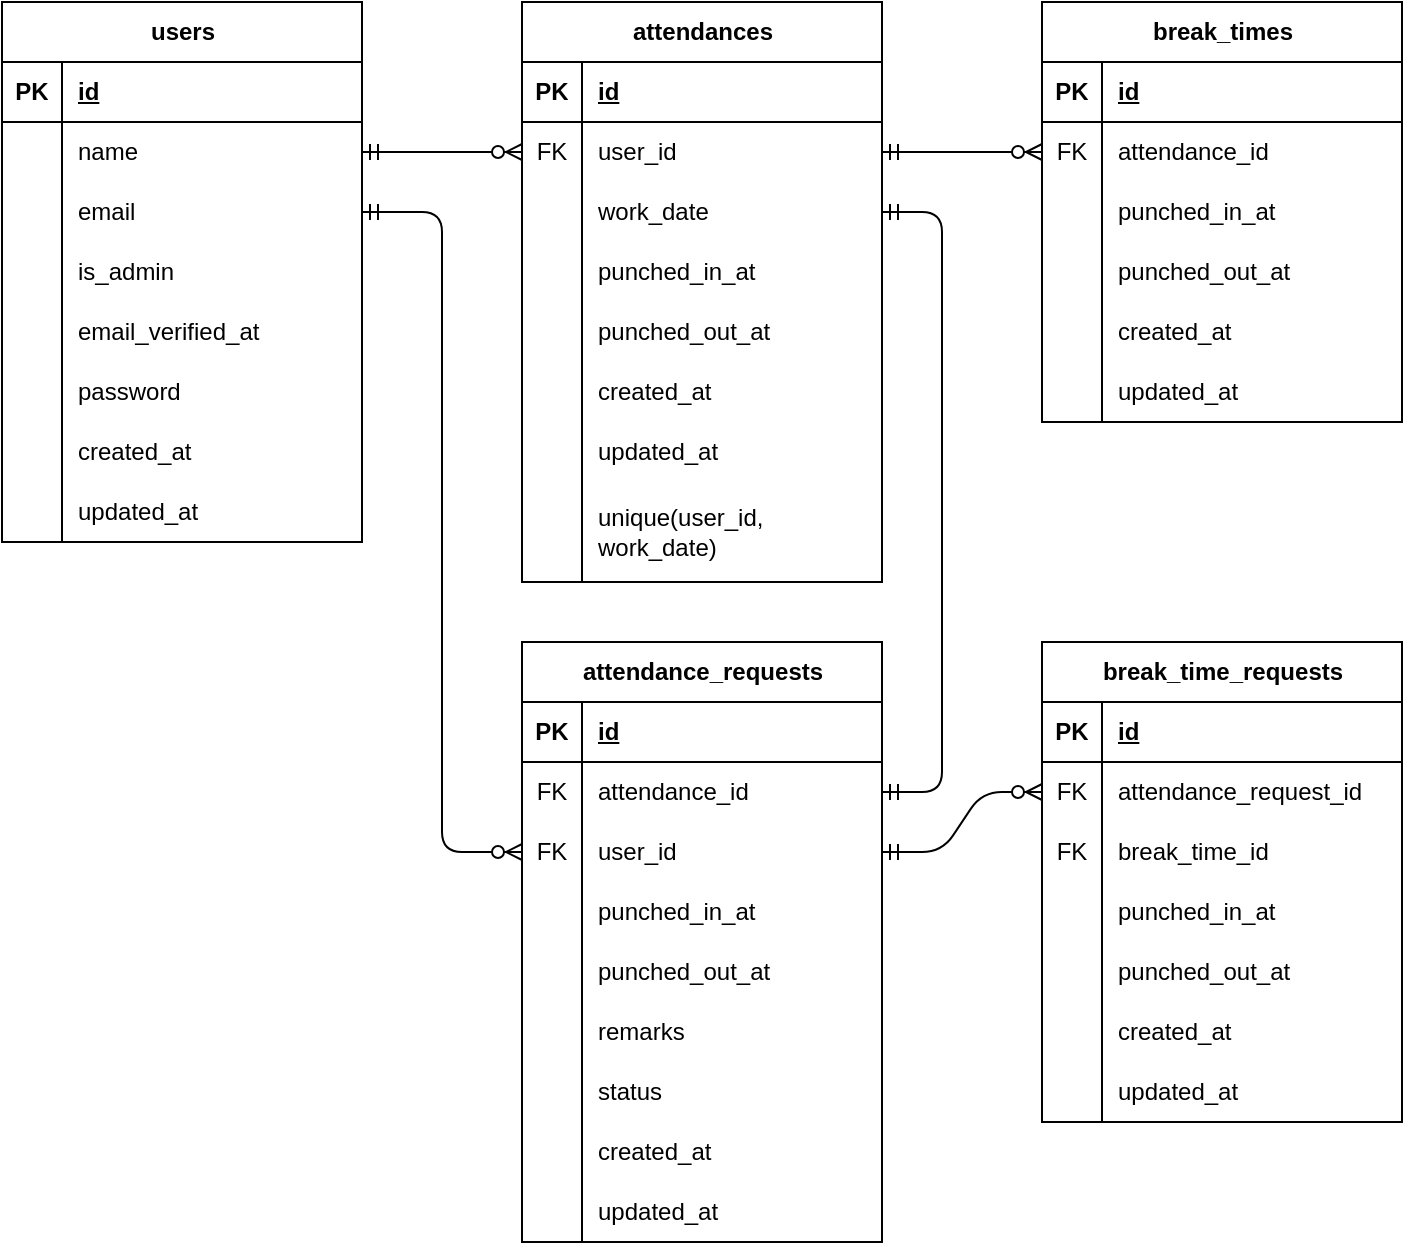
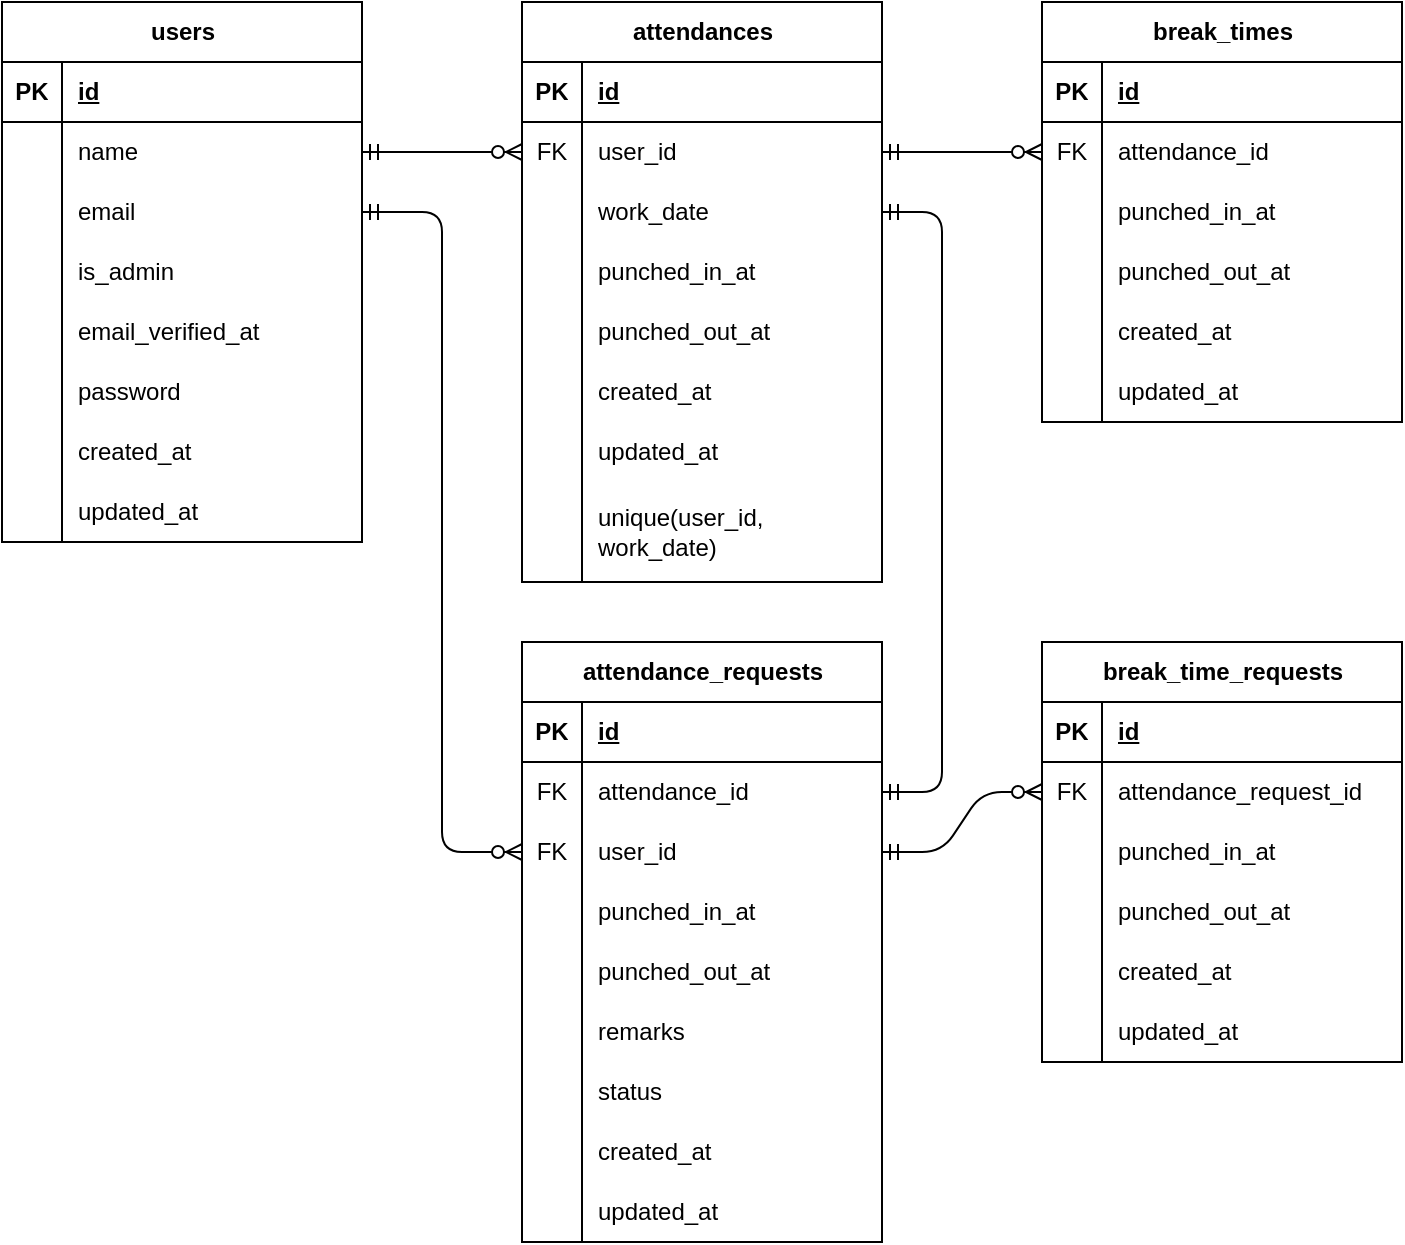
<mxfile host="65bd71144e">
    <diagram id="mdyQoj5FOR1T6r9KKHAm" name="ページ1">
-         <mxGraphModel dx="923" dy="554" grid="1" gridSize="10" guides="1" tooltips="1" connect="1" arrows="1" fold="1" page="1" pageScale="1" pageWidth="827" pageHeight="1169" math="0" shadow="0">
+         <mxGraphModel dx="820" dy="566" grid="1" gridSize="10" guides="1" tooltips="1" connect="1" arrows="1" fold="1" page="1" pageScale="1" pageWidth="827" pageHeight="1169" math="0" shadow="0">
            <root>
                <mxCell id="0"/>
                <mxCell id="1" parent="0"/>
                <mxCell id="15" value="users" style="shape=table;startSize=30;container=1;collapsible=1;childLayout=tableLayout;fixedRows=1;rowLines=0;fontStyle=1;align=center;resizeLast=1;html=1;" parent="1" vertex="1">
                    <mxGeometry x="40" y="40" width="180" height="270" as="geometry"/>
                </mxCell>
                <mxCell id="16" value="" style="shape=tableRow;horizontal=0;startSize=0;swimlaneHead=0;swimlaneBody=0;fillColor=none;collapsible=0;dropTarget=0;points=[[0,0.5],[1,0.5]];portConstraint=eastwest;top=0;left=0;right=0;bottom=1;" parent="15" vertex="1">
                    <mxGeometry y="30" width="180" height="30" as="geometry"/>
                </mxCell>
                <mxCell id="17" value="PK" style="shape=partialRectangle;connectable=0;fillColor=none;top=0;left=0;bottom=0;right=0;fontStyle=1;overflow=hidden;whiteSpace=wrap;html=1;" parent="16" vertex="1">
                    <mxGeometry width="30" height="30" as="geometry">
                        <mxRectangle width="30" height="30" as="alternateBounds"/>
                    </mxGeometry>
                </mxCell>
                <mxCell id="18" value="id" style="shape=partialRectangle;connectable=0;fillColor=none;top=0;left=0;bottom=0;right=0;align=left;spacingLeft=6;fontStyle=5;overflow=hidden;whiteSpace=wrap;html=1;" parent="16" vertex="1">
                    <mxGeometry x="30" width="150" height="30" as="geometry">
                        <mxRectangle width="150" height="30" as="alternateBounds"/>
                    </mxGeometry>
                </mxCell>
                <mxCell id="19" value="" style="shape=tableRow;horizontal=0;startSize=0;swimlaneHead=0;swimlaneBody=0;fillColor=none;collapsible=0;dropTarget=0;points=[[0,0.5],[1,0.5]];portConstraint=eastwest;top=0;left=0;right=0;bottom=0;" parent="15" vertex="1">
                    <mxGeometry y="60" width="180" height="30" as="geometry"/>
                </mxCell>
                <mxCell id="20" value="" style="shape=partialRectangle;connectable=0;fillColor=none;top=0;left=0;bottom=0;right=0;editable=1;overflow=hidden;whiteSpace=wrap;html=1;" parent="19" vertex="1">
                    <mxGeometry width="30" height="30" as="geometry">
                        <mxRectangle width="30" height="30" as="alternateBounds"/>
                    </mxGeometry>
                </mxCell>
                <mxCell id="21" value="name" style="shape=partialRectangle;connectable=0;fillColor=none;top=0;left=0;bottom=0;right=0;align=left;spacingLeft=6;overflow=hidden;whiteSpace=wrap;html=1;" parent="19" vertex="1">
                    <mxGeometry x="30" width="150" height="30" as="geometry">
                        <mxRectangle width="150" height="30" as="alternateBounds"/>
                    </mxGeometry>
                </mxCell>
                <mxCell id="22" value="" style="shape=tableRow;horizontal=0;startSize=0;swimlaneHead=0;swimlaneBody=0;fillColor=none;collapsible=0;dropTarget=0;points=[[0,0.5],[1,0.5]];portConstraint=eastwest;top=0;left=0;right=0;bottom=0;" parent="15" vertex="1">
                    <mxGeometry y="90" width="180" height="30" as="geometry"/>
                </mxCell>
                <mxCell id="23" value="" style="shape=partialRectangle;connectable=0;fillColor=none;top=0;left=0;bottom=0;right=0;editable=1;overflow=hidden;whiteSpace=wrap;html=1;" parent="22" vertex="1">
                    <mxGeometry width="30" height="30" as="geometry">
                        <mxRectangle width="30" height="30" as="alternateBounds"/>
                    </mxGeometry>
                </mxCell>
                <mxCell id="24" value="email" style="shape=partialRectangle;connectable=0;fillColor=none;top=0;left=0;bottom=0;right=0;align=left;spacingLeft=6;overflow=hidden;whiteSpace=wrap;html=1;" parent="22" vertex="1">
                    <mxGeometry x="30" width="150" height="30" as="geometry">
                        <mxRectangle width="150" height="30" as="alternateBounds"/>
                    </mxGeometry>
                </mxCell>
                <mxCell id="92" value="" style="shape=tableRow;horizontal=0;startSize=0;swimlaneHead=0;swimlaneBody=0;fillColor=none;collapsible=0;dropTarget=0;points=[[0,0.5],[1,0.5]];portConstraint=eastwest;top=0;left=0;right=0;bottom=0;" parent="15" vertex="1">
                    <mxGeometry y="120" width="180" height="30" as="geometry"/>
                </mxCell>
                <mxCell id="93" value="" style="shape=partialRectangle;connectable=0;fillColor=none;top=0;left=0;bottom=0;right=0;editable=1;overflow=hidden;whiteSpace=wrap;html=1;" parent="92" vertex="1">
                    <mxGeometry width="30" height="30" as="geometry">
                        <mxRectangle width="30" height="30" as="alternateBounds"/>
                    </mxGeometry>
                </mxCell>
                <mxCell id="94" value="is_admin" style="shape=partialRectangle;connectable=0;fillColor=none;top=0;left=0;bottom=0;right=0;align=left;spacingLeft=6;overflow=hidden;whiteSpace=wrap;html=1;" parent="92" vertex="1">
                    <mxGeometry x="30" width="150" height="30" as="geometry">
                        <mxRectangle width="150" height="30" as="alternateBounds"/>
                    </mxGeometry>
                </mxCell>
                <mxCell id="95" value="" style="shape=tableRow;horizontal=0;startSize=0;swimlaneHead=0;swimlaneBody=0;fillColor=none;collapsible=0;dropTarget=0;points=[[0,0.5],[1,0.5]];portConstraint=eastwest;top=0;left=0;right=0;bottom=0;" parent="15" vertex="1">
                    <mxGeometry y="150" width="180" height="30" as="geometry"/>
                </mxCell>
                <mxCell id="96" value="" style="shape=partialRectangle;connectable=0;fillColor=none;top=0;left=0;bottom=0;right=0;editable=1;overflow=hidden;whiteSpace=wrap;html=1;" parent="95" vertex="1">
                    <mxGeometry width="30" height="30" as="geometry">
                        <mxRectangle width="30" height="30" as="alternateBounds"/>
                    </mxGeometry>
                </mxCell>
                <mxCell id="97" value="email_verified_at" style="shape=partialRectangle;connectable=0;fillColor=none;top=0;left=0;bottom=0;right=0;align=left;spacingLeft=6;overflow=hidden;whiteSpace=wrap;html=1;" parent="95" vertex="1">
                    <mxGeometry x="30" width="150" height="30" as="geometry">
                        <mxRectangle width="150" height="30" as="alternateBounds"/>
                    </mxGeometry>
                </mxCell>
                <mxCell id="25" value="" style="shape=tableRow;horizontal=0;startSize=0;swimlaneHead=0;swimlaneBody=0;fillColor=none;collapsible=0;dropTarget=0;points=[[0,0.5],[1,0.5]];portConstraint=eastwest;top=0;left=0;right=0;bottom=0;" parent="15" vertex="1">
                    <mxGeometry y="180" width="180" height="30" as="geometry"/>
                </mxCell>
                <mxCell id="26" value="" style="shape=partialRectangle;connectable=0;fillColor=none;top=0;left=0;bottom=0;right=0;editable=1;overflow=hidden;whiteSpace=wrap;html=1;" parent="25" vertex="1">
                    <mxGeometry width="30" height="30" as="geometry">
                        <mxRectangle width="30" height="30" as="alternateBounds"/>
                    </mxGeometry>
                </mxCell>
                <mxCell id="27" value="password" style="shape=partialRectangle;connectable=0;fillColor=none;top=0;left=0;bottom=0;right=0;align=left;spacingLeft=6;overflow=hidden;whiteSpace=wrap;html=1;" parent="25" vertex="1">
                    <mxGeometry x="30" width="150" height="30" as="geometry">
                        <mxRectangle width="150" height="30" as="alternateBounds"/>
                    </mxGeometry>
                </mxCell>
                <mxCell id="101" value="" style="shape=tableRow;horizontal=0;startSize=0;swimlaneHead=0;swimlaneBody=0;fillColor=none;collapsible=0;dropTarget=0;points=[[0,0.5],[1,0.5]];portConstraint=eastwest;top=0;left=0;right=0;bottom=0;" parent="15" vertex="1">
                    <mxGeometry y="210" width="180" height="30" as="geometry"/>
                </mxCell>
                <mxCell id="102" value="" style="shape=partialRectangle;connectable=0;fillColor=none;top=0;left=0;bottom=0;right=0;editable=1;overflow=hidden;whiteSpace=wrap;html=1;" parent="101" vertex="1">
                    <mxGeometry width="30" height="30" as="geometry">
                        <mxRectangle width="30" height="30" as="alternateBounds"/>
                    </mxGeometry>
                </mxCell>
                <mxCell id="103" value="created_at" style="shape=partialRectangle;connectable=0;fillColor=none;top=0;left=0;bottom=0;right=0;align=left;spacingLeft=6;overflow=hidden;whiteSpace=wrap;html=1;" parent="101" vertex="1">
                    <mxGeometry x="30" width="150" height="30" as="geometry">
                        <mxRectangle width="150" height="30" as="alternateBounds"/>
                    </mxGeometry>
                </mxCell>
                <mxCell id="104" value="" style="shape=tableRow;horizontal=0;startSize=0;swimlaneHead=0;swimlaneBody=0;fillColor=none;collapsible=0;dropTarget=0;points=[[0,0.5],[1,0.5]];portConstraint=eastwest;top=0;left=0;right=0;bottom=0;" parent="15" vertex="1">
                    <mxGeometry y="240" width="180" height="30" as="geometry"/>
                </mxCell>
                <mxCell id="105" value="" style="shape=partialRectangle;connectable=0;fillColor=none;top=0;left=0;bottom=0;right=0;editable=1;overflow=hidden;whiteSpace=wrap;html=1;" parent="104" vertex="1">
                    <mxGeometry width="30" height="30" as="geometry">
                        <mxRectangle width="30" height="30" as="alternateBounds"/>
                    </mxGeometry>
                </mxCell>
                <mxCell id="106" value="updated_at" style="shape=partialRectangle;connectable=0;fillColor=none;top=0;left=0;bottom=0;right=0;align=left;spacingLeft=6;overflow=hidden;whiteSpace=wrap;html=1;" parent="104" vertex="1">
                    <mxGeometry x="30" width="150" height="30" as="geometry">
                        <mxRectangle width="150" height="30" as="alternateBounds"/>
                    </mxGeometry>
                </mxCell>
                <mxCell id="28" value="attendances" style="shape=table;startSize=30;container=1;collapsible=1;childLayout=tableLayout;fixedRows=1;rowLines=0;fontStyle=1;align=center;resizeLast=1;html=1;" parent="1" vertex="1">
                    <mxGeometry x="300" y="40" width="180" height="290" as="geometry"/>
                </mxCell>
                <mxCell id="29" value="" style="shape=tableRow;horizontal=0;startSize=0;swimlaneHead=0;swimlaneBody=0;fillColor=none;collapsible=0;dropTarget=0;points=[[0,0.5],[1,0.5]];portConstraint=eastwest;top=0;left=0;right=0;bottom=1;" parent="28" vertex="1">
                    <mxGeometry y="30" width="180" height="30" as="geometry"/>
                </mxCell>
                <mxCell id="30" value="PK" style="shape=partialRectangle;connectable=0;fillColor=none;top=0;left=0;bottom=0;right=0;fontStyle=1;overflow=hidden;whiteSpace=wrap;html=1;" parent="29" vertex="1">
                    <mxGeometry width="30" height="30" as="geometry">
                        <mxRectangle width="30" height="30" as="alternateBounds"/>
                    </mxGeometry>
                </mxCell>
                <mxCell id="31" value="id" style="shape=partialRectangle;connectable=0;fillColor=none;top=0;left=0;bottom=0;right=0;align=left;spacingLeft=6;fontStyle=5;overflow=hidden;whiteSpace=wrap;html=1;" parent="29" vertex="1">
                    <mxGeometry x="30" width="150" height="30" as="geometry">
                        <mxRectangle width="150" height="30" as="alternateBounds"/>
                    </mxGeometry>
                </mxCell>
                <mxCell id="32" value="" style="shape=tableRow;horizontal=0;startSize=0;swimlaneHead=0;swimlaneBody=0;fillColor=none;collapsible=0;dropTarget=0;points=[[0,0.5],[1,0.5]];portConstraint=eastwest;top=0;left=0;right=0;bottom=0;" parent="28" vertex="1">
                    <mxGeometry y="60" width="180" height="30" as="geometry"/>
                </mxCell>
                <mxCell id="33" value="FK" style="shape=partialRectangle;connectable=0;fillColor=none;top=0;left=0;bottom=0;right=0;editable=1;overflow=hidden;whiteSpace=wrap;html=1;" parent="32" vertex="1">
                    <mxGeometry width="30" height="30" as="geometry">
                        <mxRectangle width="30" height="30" as="alternateBounds"/>
                    </mxGeometry>
                </mxCell>
                <mxCell id="34" value="user_id" style="shape=partialRectangle;connectable=0;fillColor=none;top=0;left=0;bottom=0;right=0;align=left;spacingLeft=6;overflow=hidden;whiteSpace=wrap;html=1;" parent="32" vertex="1">
                    <mxGeometry x="30" width="150" height="30" as="geometry">
                        <mxRectangle width="150" height="30" as="alternateBounds"/>
                    </mxGeometry>
                </mxCell>
                <mxCell id="35" value="" style="shape=tableRow;horizontal=0;startSize=0;swimlaneHead=0;swimlaneBody=0;fillColor=none;collapsible=0;dropTarget=0;points=[[0,0.5],[1,0.5]];portConstraint=eastwest;top=0;left=0;right=0;bottom=0;" parent="28" vertex="1">
                    <mxGeometry y="90" width="180" height="30" as="geometry"/>
                </mxCell>
                <mxCell id="36" value="" style="shape=partialRectangle;connectable=0;fillColor=none;top=0;left=0;bottom=0;right=0;editable=1;overflow=hidden;whiteSpace=wrap;html=1;" parent="35" vertex="1">
                    <mxGeometry width="30" height="30" as="geometry">
                        <mxRectangle width="30" height="30" as="alternateBounds"/>
                    </mxGeometry>
                </mxCell>
                <mxCell id="37" value="work_date" style="shape=partialRectangle;connectable=0;fillColor=none;top=0;left=0;bottom=0;right=0;align=left;spacingLeft=6;overflow=hidden;whiteSpace=wrap;html=1;" parent="35" vertex="1">
                    <mxGeometry x="30" width="150" height="30" as="geometry">
                        <mxRectangle width="150" height="30" as="alternateBounds"/>
                    </mxGeometry>
                </mxCell>
                <mxCell id="38" value="" style="shape=tableRow;horizontal=0;startSize=0;swimlaneHead=0;swimlaneBody=0;fillColor=none;collapsible=0;dropTarget=0;points=[[0,0.5],[1,0.5]];portConstraint=eastwest;top=0;left=0;right=0;bottom=0;" parent="28" vertex="1">
                    <mxGeometry y="120" width="180" height="30" as="geometry"/>
                </mxCell>
                <mxCell id="39" value="" style="shape=partialRectangle;connectable=0;fillColor=none;top=0;left=0;bottom=0;right=0;editable=1;overflow=hidden;whiteSpace=wrap;html=1;" parent="38" vertex="1">
                    <mxGeometry width="30" height="30" as="geometry">
                        <mxRectangle width="30" height="30" as="alternateBounds"/>
                    </mxGeometry>
                </mxCell>
                <mxCell id="40" value="punched_in_at" style="shape=partialRectangle;connectable=0;fillColor=none;top=0;left=0;bottom=0;right=0;align=left;spacingLeft=6;overflow=hidden;whiteSpace=wrap;html=1;" parent="38" vertex="1">
                    <mxGeometry x="30" width="150" height="30" as="geometry">
                        <mxRectangle width="150" height="30" as="alternateBounds"/>
                    </mxGeometry>
                </mxCell>
                <mxCell id="41" value="" style="shape=tableRow;horizontal=0;startSize=0;swimlaneHead=0;swimlaneBody=0;fillColor=none;collapsible=0;dropTarget=0;points=[[0,0.5],[1,0.5]];portConstraint=eastwest;top=0;left=0;right=0;bottom=0;" parent="28" vertex="1">
                    <mxGeometry y="150" width="180" height="30" as="geometry"/>
                </mxCell>
                <mxCell id="42" value="" style="shape=partialRectangle;connectable=0;fillColor=none;top=0;left=0;bottom=0;right=0;editable=1;overflow=hidden;whiteSpace=wrap;html=1;" parent="41" vertex="1">
                    <mxGeometry width="30" height="30" as="geometry">
                        <mxRectangle width="30" height="30" as="alternateBounds"/>
                    </mxGeometry>
                </mxCell>
                <mxCell id="43" value="&lt;span style=&quot;color: rgb(0, 0, 0);&quot;&gt;punched_out_at&lt;/span&gt;" style="shape=partialRectangle;connectable=0;fillColor=none;top=0;left=0;bottom=0;right=0;align=left;spacingLeft=6;overflow=hidden;whiteSpace=wrap;html=1;" parent="41" vertex="1">
                    <mxGeometry x="30" width="150" height="30" as="geometry">
                        <mxRectangle width="150" height="30" as="alternateBounds"/>
                    </mxGeometry>
                </mxCell>
                <mxCell id="107" value="" style="shape=tableRow;horizontal=0;startSize=0;swimlaneHead=0;swimlaneBody=0;fillColor=none;collapsible=0;dropTarget=0;points=[[0,0.5],[1,0.5]];portConstraint=eastwest;top=0;left=0;right=0;bottom=0;" parent="28" vertex="1">
                    <mxGeometry y="180" width="180" height="30" as="geometry"/>
                </mxCell>
                <mxCell id="108" value="" style="shape=partialRectangle;connectable=0;fillColor=none;top=0;left=0;bottom=0;right=0;editable=1;overflow=hidden;whiteSpace=wrap;html=1;" parent="107" vertex="1">
                    <mxGeometry width="30" height="30" as="geometry">
                        <mxRectangle width="30" height="30" as="alternateBounds"/>
                    </mxGeometry>
                </mxCell>
                <mxCell id="109" value="&lt;span style=&quot;color: rgb(0, 0, 0);&quot;&gt;created_at&lt;/span&gt;" style="shape=partialRectangle;connectable=0;fillColor=none;top=0;left=0;bottom=0;right=0;align=left;spacingLeft=6;overflow=hidden;whiteSpace=wrap;html=1;" parent="107" vertex="1">
                    <mxGeometry x="30" width="150" height="30" as="geometry">
                        <mxRectangle width="150" height="30" as="alternateBounds"/>
                    </mxGeometry>
                </mxCell>
                <mxCell id="122" value="" style="shape=tableRow;horizontal=0;startSize=0;swimlaneHead=0;swimlaneBody=0;fillColor=none;collapsible=0;dropTarget=0;points=[[0,0.5],[1,0.5]];portConstraint=eastwest;top=0;left=0;right=0;bottom=0;" parent="28" vertex="1">
                    <mxGeometry y="210" width="180" height="30" as="geometry"/>
                </mxCell>
                <mxCell id="123" value="" style="shape=partialRectangle;connectable=0;fillColor=none;top=0;left=0;bottom=0;right=0;editable=1;overflow=hidden;whiteSpace=wrap;html=1;" parent="122" vertex="1">
                    <mxGeometry width="30" height="30" as="geometry">
                        <mxRectangle width="30" height="30" as="alternateBounds"/>
                    </mxGeometry>
                </mxCell>
                <mxCell id="124" value="&lt;span style=&quot;color: rgb(0, 0, 0);&quot;&gt;updated_at&lt;/span&gt;" style="shape=partialRectangle;connectable=0;fillColor=none;top=0;left=0;bottom=0;right=0;align=left;spacingLeft=6;overflow=hidden;whiteSpace=wrap;html=1;" parent="122" vertex="1">
                    <mxGeometry x="30" width="150" height="30" as="geometry">
                        <mxRectangle width="150" height="30" as="alternateBounds"/>
                    </mxGeometry>
                </mxCell>
                <mxCell id="128" value="" style="shape=tableRow;horizontal=0;startSize=0;swimlaneHead=0;swimlaneBody=0;fillColor=none;collapsible=0;dropTarget=0;points=[[0,0.5],[1,0.5]];portConstraint=eastwest;top=0;left=0;right=0;bottom=0;" parent="28" vertex="1">
                    <mxGeometry y="240" width="180" height="50" as="geometry"/>
                </mxCell>
                <mxCell id="129" value="" style="shape=partialRectangle;connectable=0;fillColor=none;top=0;left=0;bottom=0;right=0;editable=1;overflow=hidden;whiteSpace=wrap;html=1;" parent="128" vertex="1">
                    <mxGeometry width="30" height="50" as="geometry">
                        <mxRectangle width="30" height="50" as="alternateBounds"/>
                    </mxGeometry>
                </mxCell>
                <mxCell id="130" value="&lt;span style=&quot;color: rgb(0, 0, 0);&quot;&gt;unique(user_id, work_date)&lt;/span&gt;" style="shape=partialRectangle;connectable=0;fillColor=none;top=0;left=0;bottom=0;right=0;align=left;spacingLeft=6;overflow=hidden;whiteSpace=wrap;html=1;" parent="128" vertex="1">
                    <mxGeometry x="30" width="150" height="50" as="geometry">
                        <mxRectangle width="150" height="50" as="alternateBounds"/>
                    </mxGeometry>
                </mxCell>
                <mxCell id="44" value="break_times" style="shape=table;startSize=30;container=1;collapsible=1;childLayout=tableLayout;fixedRows=1;rowLines=0;fontStyle=1;align=center;resizeLast=1;html=1;" parent="1" vertex="1">
                    <mxGeometry x="560" y="40" width="180" height="210" as="geometry"/>
                </mxCell>
                <mxCell id="45" value="" style="shape=tableRow;horizontal=0;startSize=0;swimlaneHead=0;swimlaneBody=0;fillColor=none;collapsible=0;dropTarget=0;points=[[0,0.5],[1,0.5]];portConstraint=eastwest;top=0;left=0;right=0;bottom=1;" parent="44" vertex="1">
                    <mxGeometry y="30" width="180" height="30" as="geometry"/>
                </mxCell>
                <mxCell id="46" value="PK" style="shape=partialRectangle;connectable=0;fillColor=none;top=0;left=0;bottom=0;right=0;fontStyle=1;overflow=hidden;whiteSpace=wrap;html=1;" parent="45" vertex="1">
                    <mxGeometry width="30" height="30" as="geometry">
                        <mxRectangle width="30" height="30" as="alternateBounds"/>
                    </mxGeometry>
                </mxCell>
                <mxCell id="47" value="id" style="shape=partialRectangle;connectable=0;fillColor=none;top=0;left=0;bottom=0;right=0;align=left;spacingLeft=6;fontStyle=5;overflow=hidden;whiteSpace=wrap;html=1;" parent="45" vertex="1">
                    <mxGeometry x="30" width="150" height="30" as="geometry">
                        <mxRectangle width="150" height="30" as="alternateBounds"/>
                    </mxGeometry>
                </mxCell>
                <mxCell id="48" value="" style="shape=tableRow;horizontal=0;startSize=0;swimlaneHead=0;swimlaneBody=0;fillColor=none;collapsible=0;dropTarget=0;points=[[0,0.5],[1,0.5]];portConstraint=eastwest;top=0;left=0;right=0;bottom=0;" parent="44" vertex="1">
                    <mxGeometry y="60" width="180" height="30" as="geometry"/>
                </mxCell>
                <mxCell id="49" value="FK" style="shape=partialRectangle;connectable=0;fillColor=none;top=0;left=0;bottom=0;right=0;editable=1;overflow=hidden;whiteSpace=wrap;html=1;" parent="48" vertex="1">
                    <mxGeometry width="30" height="30" as="geometry">
                        <mxRectangle width="30" height="30" as="alternateBounds"/>
                    </mxGeometry>
                </mxCell>
                <mxCell id="50" value="attendance_id" style="shape=partialRectangle;connectable=0;fillColor=none;top=0;left=0;bottom=0;right=0;align=left;spacingLeft=6;overflow=hidden;whiteSpace=wrap;html=1;" parent="48" vertex="1">
                    <mxGeometry x="30" width="150" height="30" as="geometry">
                        <mxRectangle width="150" height="30" as="alternateBounds"/>
                    </mxGeometry>
                </mxCell>
                <mxCell id="51" value="" style="shape=tableRow;horizontal=0;startSize=0;swimlaneHead=0;swimlaneBody=0;fillColor=none;collapsible=0;dropTarget=0;points=[[0,0.5],[1,0.5]];portConstraint=eastwest;top=0;left=0;right=0;bottom=0;" parent="44" vertex="1">
                    <mxGeometry y="90" width="180" height="30" as="geometry"/>
                </mxCell>
                <mxCell id="52" value="" style="shape=partialRectangle;connectable=0;fillColor=none;top=0;left=0;bottom=0;right=0;editable=1;overflow=hidden;whiteSpace=wrap;html=1;" parent="51" vertex="1">
                    <mxGeometry width="30" height="30" as="geometry">
                        <mxRectangle width="30" height="30" as="alternateBounds"/>
                    </mxGeometry>
                </mxCell>
                <mxCell id="53" value="&lt;span style=&quot;color: rgb(0, 0, 0);&quot;&gt;punched_in_at&lt;/span&gt;" style="shape=partialRectangle;connectable=0;fillColor=none;top=0;left=0;bottom=0;right=0;align=left;spacingLeft=6;overflow=hidden;whiteSpace=wrap;html=1;" parent="51" vertex="1">
                    <mxGeometry x="30" width="150" height="30" as="geometry">
                        <mxRectangle width="150" height="30" as="alternateBounds"/>
                    </mxGeometry>
                </mxCell>
                <mxCell id="54" value="" style="shape=tableRow;horizontal=0;startSize=0;swimlaneHead=0;swimlaneBody=0;fillColor=none;collapsible=0;dropTarget=0;points=[[0,0.5],[1,0.5]];portConstraint=eastwest;top=0;left=0;right=0;bottom=0;" parent="44" vertex="1">
                    <mxGeometry y="120" width="180" height="30" as="geometry"/>
                </mxCell>
                <mxCell id="55" value="" style="shape=partialRectangle;connectable=0;fillColor=none;top=0;left=0;bottom=0;right=0;editable=1;overflow=hidden;whiteSpace=wrap;html=1;" parent="54" vertex="1">
                    <mxGeometry width="30" height="30" as="geometry">
                        <mxRectangle width="30" height="30" as="alternateBounds"/>
                    </mxGeometry>
                </mxCell>
                <mxCell id="56" value="&lt;span style=&quot;color: rgb(0, 0, 0);&quot;&gt;punched_out_at&lt;/span&gt;" style="shape=partialRectangle;connectable=0;fillColor=none;top=0;left=0;bottom=0;right=0;align=left;spacingLeft=6;overflow=hidden;whiteSpace=wrap;html=1;" parent="54" vertex="1">
                    <mxGeometry x="30" width="150" height="30" as="geometry">
                        <mxRectangle width="150" height="30" as="alternateBounds"/>
                    </mxGeometry>
                </mxCell>
                <mxCell id="110" value="" style="shape=tableRow;horizontal=0;startSize=0;swimlaneHead=0;swimlaneBody=0;fillColor=none;collapsible=0;dropTarget=0;points=[[0,0.5],[1,0.5]];portConstraint=eastwest;top=0;left=0;right=0;bottom=0;" parent="44" vertex="1">
                    <mxGeometry y="150" width="180" height="30" as="geometry"/>
                </mxCell>
                <mxCell id="111" value="" style="shape=partialRectangle;connectable=0;fillColor=none;top=0;left=0;bottom=0;right=0;editable=1;overflow=hidden;whiteSpace=wrap;html=1;" parent="110" vertex="1">
                    <mxGeometry width="30" height="30" as="geometry">
                        <mxRectangle width="30" height="30" as="alternateBounds"/>
                    </mxGeometry>
                </mxCell>
                <mxCell id="112" value="&lt;span style=&quot;color: rgb(0, 0, 0);&quot;&gt;created_at&lt;/span&gt;" style="shape=partialRectangle;connectable=0;fillColor=none;top=0;left=0;bottom=0;right=0;align=left;spacingLeft=6;overflow=hidden;whiteSpace=wrap;html=1;" parent="110" vertex="1">
                    <mxGeometry x="30" width="150" height="30" as="geometry">
                        <mxRectangle width="150" height="30" as="alternateBounds"/>
                    </mxGeometry>
                </mxCell>
                <mxCell id="125" value="" style="shape=tableRow;horizontal=0;startSize=0;swimlaneHead=0;swimlaneBody=0;fillColor=none;collapsible=0;dropTarget=0;points=[[0,0.5],[1,0.5]];portConstraint=eastwest;top=0;left=0;right=0;bottom=0;" parent="44" vertex="1">
                    <mxGeometry y="180" width="180" height="30" as="geometry"/>
                </mxCell>
                <mxCell id="126" value="" style="shape=partialRectangle;connectable=0;fillColor=none;top=0;left=0;bottom=0;right=0;editable=1;overflow=hidden;whiteSpace=wrap;html=1;" parent="125" vertex="1">
                    <mxGeometry width="30" height="30" as="geometry">
                        <mxRectangle width="30" height="30" as="alternateBounds"/>
                    </mxGeometry>
                </mxCell>
                <mxCell id="127" value="&lt;span style=&quot;color: rgb(0, 0, 0);&quot;&gt;updated_at&lt;/span&gt;" style="shape=partialRectangle;connectable=0;fillColor=none;top=0;left=0;bottom=0;right=0;align=left;spacingLeft=6;overflow=hidden;whiteSpace=wrap;html=1;" parent="125" vertex="1">
                    <mxGeometry x="30" width="150" height="30" as="geometry">
                        <mxRectangle width="150" height="30" as="alternateBounds"/>
                    </mxGeometry>
                </mxCell>
                <mxCell id="57" value="attendance_requests" style="shape=table;startSize=30;container=1;collapsible=1;childLayout=tableLayout;fixedRows=1;rowLines=0;fontStyle=1;align=center;resizeLast=1;html=1;" parent="1" vertex="1">
                    <mxGeometry x="300" y="360" width="180" height="300" as="geometry"/>
                </mxCell>
                <mxCell id="58" value="" style="shape=tableRow;horizontal=0;startSize=0;swimlaneHead=0;swimlaneBody=0;fillColor=none;collapsible=0;dropTarget=0;points=[[0,0.5],[1,0.5]];portConstraint=eastwest;top=0;left=0;right=0;bottom=1;" parent="57" vertex="1">
                    <mxGeometry y="30" width="180" height="30" as="geometry"/>
                </mxCell>
                <mxCell id="59" value="PK" style="shape=partialRectangle;connectable=0;fillColor=none;top=0;left=0;bottom=0;right=0;fontStyle=1;overflow=hidden;whiteSpace=wrap;html=1;" parent="58" vertex="1">
                    <mxGeometry width="30" height="30" as="geometry">
                        <mxRectangle width="30" height="30" as="alternateBounds"/>
                    </mxGeometry>
                </mxCell>
                <mxCell id="60" value="id" style="shape=partialRectangle;connectable=0;fillColor=none;top=0;left=0;bottom=0;right=0;align=left;spacingLeft=6;fontStyle=5;overflow=hidden;whiteSpace=wrap;html=1;" parent="58" vertex="1">
                    <mxGeometry x="30" width="150" height="30" as="geometry">
                        <mxRectangle width="150" height="30" as="alternateBounds"/>
                    </mxGeometry>
                </mxCell>
                <mxCell id="61" value="" style="shape=tableRow;horizontal=0;startSize=0;swimlaneHead=0;swimlaneBody=0;fillColor=none;collapsible=0;dropTarget=0;points=[[0,0.5],[1,0.5]];portConstraint=eastwest;top=0;left=0;right=0;bottom=0;" parent="57" vertex="1">
                    <mxGeometry y="60" width="180" height="30" as="geometry"/>
                </mxCell>
                <mxCell id="62" value="FK" style="shape=partialRectangle;connectable=0;fillColor=none;top=0;left=0;bottom=0;right=0;editable=1;overflow=hidden;whiteSpace=wrap;html=1;" parent="61" vertex="1">
                    <mxGeometry width="30" height="30" as="geometry">
                        <mxRectangle width="30" height="30" as="alternateBounds"/>
                    </mxGeometry>
                </mxCell>
                <mxCell id="63" value="attendance_id" style="shape=partialRectangle;connectable=0;fillColor=none;top=0;left=0;bottom=0;right=0;align=left;spacingLeft=6;overflow=hidden;whiteSpace=wrap;html=1;" parent="61" vertex="1">
                    <mxGeometry x="30" width="150" height="30" as="geometry">
                        <mxRectangle width="150" height="30" as="alternateBounds"/>
                    </mxGeometry>
                </mxCell>
                <mxCell id="132" value="" style="shape=tableRow;horizontal=0;startSize=0;swimlaneHead=0;swimlaneBody=0;fillColor=none;collapsible=0;dropTarget=0;points=[[0,0.5],[1,0.5]];portConstraint=eastwest;top=0;left=0;right=0;bottom=0;" parent="57" vertex="1">
                    <mxGeometry y="90" width="180" height="30" as="geometry"/>
                </mxCell>
                <mxCell id="133" value="FK" style="shape=partialRectangle;connectable=0;fillColor=none;top=0;left=0;bottom=0;right=0;editable=1;overflow=hidden;whiteSpace=wrap;html=1;" parent="132" vertex="1">
                    <mxGeometry width="30" height="30" as="geometry">
                        <mxRectangle width="30" height="30" as="alternateBounds"/>
                    </mxGeometry>
                </mxCell>
                <mxCell id="134" value="user_id" style="shape=partialRectangle;connectable=0;fillColor=none;top=0;left=0;bottom=0;right=0;align=left;spacingLeft=6;overflow=hidden;whiteSpace=wrap;html=1;" parent="132" vertex="1">
                    <mxGeometry x="30" width="150" height="30" as="geometry">
                        <mxRectangle width="150" height="30" as="alternateBounds"/>
                    </mxGeometry>
                </mxCell>
                <mxCell id="64" value="" style="shape=tableRow;horizontal=0;startSize=0;swimlaneHead=0;swimlaneBody=0;fillColor=none;collapsible=0;dropTarget=0;points=[[0,0.5],[1,0.5]];portConstraint=eastwest;top=0;left=0;right=0;bottom=0;" parent="57" vertex="1">
                    <mxGeometry y="120" width="180" height="30" as="geometry"/>
                </mxCell>
                <mxCell id="65" value="" style="shape=partialRectangle;connectable=0;fillColor=none;top=0;left=0;bottom=0;right=0;editable=1;overflow=hidden;whiteSpace=wrap;html=1;" parent="64" vertex="1">
                    <mxGeometry width="30" height="30" as="geometry">
                        <mxRectangle width="30" height="30" as="alternateBounds"/>
                    </mxGeometry>
                </mxCell>
                <mxCell id="66" value="&lt;span style=&quot;color: rgb(0, 0, 0);&quot;&gt;punched_in_at&lt;/span&gt;" style="shape=partialRectangle;connectable=0;fillColor=none;top=0;left=0;bottom=0;right=0;align=left;spacingLeft=6;overflow=hidden;whiteSpace=wrap;html=1;" parent="64" vertex="1">
                    <mxGeometry x="30" width="150" height="30" as="geometry">
                        <mxRectangle width="150" height="30" as="alternateBounds"/>
                    </mxGeometry>
                </mxCell>
                <mxCell id="67" value="" style="shape=tableRow;horizontal=0;startSize=0;swimlaneHead=0;swimlaneBody=0;fillColor=none;collapsible=0;dropTarget=0;points=[[0,0.5],[1,0.5]];portConstraint=eastwest;top=0;left=0;right=0;bottom=0;" parent="57" vertex="1">
                    <mxGeometry y="150" width="180" height="30" as="geometry"/>
                </mxCell>
                <mxCell id="68" value="" style="shape=partialRectangle;connectable=0;fillColor=none;top=0;left=0;bottom=0;right=0;editable=1;overflow=hidden;whiteSpace=wrap;html=1;" parent="67" vertex="1">
                    <mxGeometry width="30" height="30" as="geometry">
                        <mxRectangle width="30" height="30" as="alternateBounds"/>
                    </mxGeometry>
                </mxCell>
                <mxCell id="69" value="&lt;span style=&quot;color: rgb(0, 0, 0);&quot;&gt;punched_out_at&lt;/span&gt;" style="shape=partialRectangle;connectable=0;fillColor=none;top=0;left=0;bottom=0;right=0;align=left;spacingLeft=6;overflow=hidden;whiteSpace=wrap;html=1;" parent="67" vertex="1">
                    <mxGeometry x="30" width="150" height="30" as="geometry">
                        <mxRectangle width="150" height="30" as="alternateBounds"/>
                    </mxGeometry>
                </mxCell>
                <mxCell id="98" value="" style="shape=tableRow;horizontal=0;startSize=0;swimlaneHead=0;swimlaneBody=0;fillColor=none;collapsible=0;dropTarget=0;points=[[0,0.5],[1,0.5]];portConstraint=eastwest;top=0;left=0;right=0;bottom=0;" parent="57" vertex="1">
                    <mxGeometry y="180" width="180" height="30" as="geometry"/>
                </mxCell>
                <mxCell id="99" value="" style="shape=partialRectangle;connectable=0;fillColor=none;top=0;left=0;bottom=0;right=0;editable=1;overflow=hidden;whiteSpace=wrap;html=1;" parent="98" vertex="1">
                    <mxGeometry width="30" height="30" as="geometry">
                        <mxRectangle width="30" height="30" as="alternateBounds"/>
                    </mxGeometry>
                </mxCell>
                <mxCell id="100" value="&lt;span style=&quot;color: rgb(0, 0, 0);&quot;&gt;remarks&lt;/span&gt;" style="shape=partialRectangle;connectable=0;fillColor=none;top=0;left=0;bottom=0;right=0;align=left;spacingLeft=6;overflow=hidden;whiteSpace=wrap;html=1;" parent="98" vertex="1">
                    <mxGeometry x="30" width="150" height="30" as="geometry">
                        <mxRectangle width="150" height="30" as="alternateBounds"/>
                    </mxGeometry>
                </mxCell>
                <mxCell id="70" value="" style="shape=tableRow;horizontal=0;startSize=0;swimlaneHead=0;swimlaneBody=0;fillColor=none;collapsible=0;dropTarget=0;points=[[0,0.5],[1,0.5]];portConstraint=eastwest;top=0;left=0;right=0;bottom=0;" parent="57" vertex="1">
                    <mxGeometry y="210" width="180" height="30" as="geometry"/>
                </mxCell>
                <mxCell id="71" value="" style="shape=partialRectangle;connectable=0;fillColor=none;top=0;left=0;bottom=0;right=0;editable=1;overflow=hidden;whiteSpace=wrap;html=1;" parent="70" vertex="1">
                    <mxGeometry width="30" height="30" as="geometry">
                        <mxRectangle width="30" height="30" as="alternateBounds"/>
                    </mxGeometry>
                </mxCell>
                <mxCell id="72" value="status" style="shape=partialRectangle;connectable=0;fillColor=none;top=0;left=0;bottom=0;right=0;align=left;spacingLeft=6;overflow=hidden;whiteSpace=wrap;html=1;" parent="70" vertex="1">
                    <mxGeometry x="30" width="150" height="30" as="geometry">
                        <mxRectangle width="150" height="30" as="alternateBounds"/>
                    </mxGeometry>
                </mxCell>
                <mxCell id="116" value="" style="shape=tableRow;horizontal=0;startSize=0;swimlaneHead=0;swimlaneBody=0;fillColor=none;collapsible=0;dropTarget=0;points=[[0,0.5],[1,0.5]];portConstraint=eastwest;top=0;left=0;right=0;bottom=0;" parent="57" vertex="1">
                    <mxGeometry y="240" width="180" height="30" as="geometry"/>
                </mxCell>
                <mxCell id="117" value="" style="shape=partialRectangle;connectable=0;fillColor=none;top=0;left=0;bottom=0;right=0;editable=1;overflow=hidden;whiteSpace=wrap;html=1;" parent="116" vertex="1">
                    <mxGeometry width="30" height="30" as="geometry">
                        <mxRectangle width="30" height="30" as="alternateBounds"/>
                    </mxGeometry>
                </mxCell>
                <mxCell id="118" value="&lt;span style=&quot;color: rgb(0, 0, 0);&quot;&gt;created_at&lt;/span&gt;" style="shape=partialRectangle;connectable=0;fillColor=none;top=0;left=0;bottom=0;right=0;align=left;spacingLeft=6;overflow=hidden;whiteSpace=wrap;html=1;" parent="116" vertex="1">
                    <mxGeometry x="30" width="150" height="30" as="geometry">
                        <mxRectangle width="150" height="30" as="alternateBounds"/>
                    </mxGeometry>
                </mxCell>
-                 <mxCell id="135" value="" style="shape=tableRow;horizontal=0;startSize=0;swimlaneHead=0;swimlaneBody=0;fillColor=none;collapsible=0;dropTarget=0;points=[[0,0.5],[1,0.5]];portConstraint=eastwest;top=0;left=0;right=0;bottom=0;" vertex="1" parent="57">
+                 <mxCell id="135" value="" style="shape=tableRow;horizontal=0;startSize=0;swimlaneHead=0;swimlaneBody=0;fillColor=none;collapsible=0;dropTarget=0;points=[[0,0.5],[1,0.5]];portConstraint=eastwest;top=0;left=0;right=0;bottom=0;" parent="57" vertex="1">
                    <mxGeometry y="270" width="180" height="30" as="geometry"/>
                </mxCell>
-                 <mxCell id="136" value="" style="shape=partialRectangle;connectable=0;fillColor=none;top=0;left=0;bottom=0;right=0;editable=1;overflow=hidden;whiteSpace=wrap;html=1;" vertex="1" parent="135">
-                     <mxGeometry width="30" height="30" as="geometry">
-                         <mxRectangle width="30" height="30" as="alternateBounds"/>
-                     </mxGeometry>
-                 </mxCell>
-                 <mxCell id="137" value="&lt;span style=&quot;color: rgb(0, 0, 0);&quot;&gt;updated_at&lt;/span&gt;" style="shape=partialRectangle;connectable=0;fillColor=none;top=0;left=0;bottom=0;right=0;align=left;spacingLeft=6;overflow=hidden;whiteSpace=wrap;html=1;" vertex="1" parent="135">
+                 <mxCell id="136" value="" style="shape=partialRectangle;connectable=0;fillColor=none;top=0;left=0;bottom=0;right=0;editable=1;overflow=hidden;whiteSpace=wrap;html=1;" parent="135" vertex="1">
+                     <mxGeometry width="30" height="30" as="geometry">
+                         <mxRectangle width="30" height="30" as="alternateBounds"/>
+                     </mxGeometry>
+                 </mxCell>
+                 <mxCell id="137" value="&lt;span style=&quot;color: rgb(0, 0, 0);&quot;&gt;updated_at&lt;/span&gt;" style="shape=partialRectangle;connectable=0;fillColor=none;top=0;left=0;bottom=0;right=0;align=left;spacingLeft=6;overflow=hidden;whiteSpace=wrap;html=1;" parent="135" vertex="1">
                    <mxGeometry x="30" width="150" height="30" as="geometry">
                        <mxRectangle width="150" height="30" as="alternateBounds"/>
                    </mxGeometry>
                </mxCell>
                <mxCell id="73" value="break_time_requests" style="shape=table;startSize=30;container=1;collapsible=1;childLayout=tableLayout;fixedRows=1;rowLines=0;fontStyle=1;align=center;resizeLast=1;html=1;" parent="1" vertex="1">
-                     <mxGeometry x="560" y="360" width="180" height="240" as="geometry"/>
+                     <mxGeometry x="560" y="360" width="180" height="210" as="geometry"/>
                </mxCell>
                <mxCell id="74" value="" style="shape=tableRow;horizontal=0;startSize=0;swimlaneHead=0;swimlaneBody=0;fillColor=none;collapsible=0;dropTarget=0;points=[[0,0.5],[1,0.5]];portConstraint=eastwest;top=0;left=0;right=0;bottom=1;" parent="73" vertex="1">
                    <mxGeometry y="30" width="180" height="30" as="geometry"/>
                </mxCell>
                <mxCell id="75" value="PK" style="shape=partialRectangle;connectable=0;fillColor=none;top=0;left=0;bottom=0;right=0;fontStyle=1;overflow=hidden;whiteSpace=wrap;html=1;" parent="74" vertex="1">
                    <mxGeometry width="30" height="30" as="geometry">
                        <mxRectangle width="30" height="30" as="alternateBounds"/>
                    </mxGeometry>
                </mxCell>
                <mxCell id="76" value="id" style="shape=partialRectangle;connectable=0;fillColor=none;top=0;left=0;bottom=0;right=0;align=left;spacingLeft=6;fontStyle=5;overflow=hidden;whiteSpace=wrap;html=1;" parent="74" vertex="1">
                    <mxGeometry x="30" width="150" height="30" as="geometry">
                        <mxRectangle width="150" height="30" as="alternateBounds"/>
                    </mxGeometry>
                </mxCell>
                <mxCell id="77" value="" style="shape=tableRow;horizontal=0;startSize=0;swimlaneHead=0;swimlaneBody=0;fillColor=none;collapsible=0;dropTarget=0;points=[[0,0.5],[1,0.5]];portConstraint=eastwest;top=0;left=0;right=0;bottom=0;" parent="73" vertex="1">
                    <mxGeometry y="60" width="180" height="30" as="geometry"/>
                </mxCell>
                <mxCell id="78" value="FK" style="shape=partialRectangle;connectable=0;fillColor=none;top=0;left=0;bottom=0;right=0;editable=1;overflow=hidden;whiteSpace=wrap;html=1;" parent="77" vertex="1">
                    <mxGeometry width="30" height="30" as="geometry">
                        <mxRectangle width="30" height="30" as="alternateBounds"/>
                    </mxGeometry>
                </mxCell>
                <mxCell id="79" value="attendance_request_id" style="shape=partialRectangle;connectable=0;fillColor=none;top=0;left=0;bottom=0;right=0;align=left;spacingLeft=6;overflow=hidden;whiteSpace=wrap;html=1;" parent="77" vertex="1">
                    <mxGeometry x="30" width="150" height="30" as="geometry">
                        <mxRectangle width="150" height="30" as="alternateBounds"/>
                    </mxGeometry>
                </mxCell>
-                 <mxCell id="138" value="" style="shape=tableRow;horizontal=0;startSize=0;swimlaneHead=0;swimlaneBody=0;fillColor=none;collapsible=0;dropTarget=0;points=[[0,0.5],[1,0.5]];portConstraint=eastwest;top=0;left=0;right=0;bottom=0;" vertex="1" parent="73">
+                 <mxCell id="80" value="" style="shape=tableRow;horizontal=0;startSize=0;swimlaneHead=0;swimlaneBody=0;fillColor=none;collapsible=0;dropTarget=0;points=[[0,0.5],[1,0.5]];portConstraint=eastwest;top=0;left=0;right=0;bottom=0;" parent="73" vertex="1">
                    <mxGeometry y="90" width="180" height="30" as="geometry"/>
                </mxCell>
-                 <mxCell id="139" value="FK" style="shape=partialRectangle;connectable=0;fillColor=none;top=0;left=0;bottom=0;right=0;editable=1;overflow=hidden;whiteSpace=wrap;html=1;" vertex="1" parent="138">
-                     <mxGeometry width="30" height="30" as="geometry">
-                         <mxRectangle width="30" height="30" as="alternateBounds"/>
-                     </mxGeometry>
-                 </mxCell>
-                 <mxCell id="140" value="break_time_id" style="shape=partialRectangle;connectable=0;fillColor=none;top=0;left=0;bottom=0;right=0;align=left;spacingLeft=6;overflow=hidden;whiteSpace=wrap;html=1;" vertex="1" parent="138">
-                     <mxGeometry x="30" width="150" height="30" as="geometry">
-                         <mxRectangle width="150" height="30" as="alternateBounds"/>
-                     </mxGeometry>
-                 </mxCell>
-                 <mxCell id="80" value="" style="shape=tableRow;horizontal=0;startSize=0;swimlaneHead=0;swimlaneBody=0;fillColor=none;collapsible=0;dropTarget=0;points=[[0,0.5],[1,0.5]];portConstraint=eastwest;top=0;left=0;right=0;bottom=0;" parent="73" vertex="1">
+                 <mxCell id="81" value="" style="shape=partialRectangle;connectable=0;fillColor=none;top=0;left=0;bottom=0;right=0;editable=1;overflow=hidden;whiteSpace=wrap;html=1;" parent="80" vertex="1">
+                     <mxGeometry width="30" height="30" as="geometry">
+                         <mxRectangle width="30" height="30" as="alternateBounds"/>
+                     </mxGeometry>
+                 </mxCell>
+                 <mxCell id="82" value="&lt;span style=&quot;color: rgb(0, 0, 0);&quot;&gt;punched_in_at&lt;/span&gt;" style="shape=partialRectangle;connectable=0;fillColor=none;top=0;left=0;bottom=0;right=0;align=left;spacingLeft=6;overflow=hidden;whiteSpace=wrap;html=1;" parent="80" vertex="1">
+                     <mxGeometry x="30" width="150" height="30" as="geometry">
+                         <mxRectangle width="150" height="30" as="alternateBounds"/>
+                     </mxGeometry>
+                 </mxCell>
+                 <mxCell id="83" value="" style="shape=tableRow;horizontal=0;startSize=0;swimlaneHead=0;swimlaneBody=0;fillColor=none;collapsible=0;dropTarget=0;points=[[0,0.5],[1,0.5]];portConstraint=eastwest;top=0;left=0;right=0;bottom=0;" parent="73" vertex="1">
                    <mxGeometry y="120" width="180" height="30" as="geometry"/>
                </mxCell>
-                 <mxCell id="81" value="" style="shape=partialRectangle;connectable=0;fillColor=none;top=0;left=0;bottom=0;right=0;editable=1;overflow=hidden;whiteSpace=wrap;html=1;" parent="80" vertex="1">
-                     <mxGeometry width="30" height="30" as="geometry">
-                         <mxRectangle width="30" height="30" as="alternateBounds"/>
-                     </mxGeometry>
-                 </mxCell>
-                 <mxCell id="82" value="&lt;span style=&quot;color: rgb(0, 0, 0);&quot;&gt;punched_in_at&lt;/span&gt;" style="shape=partialRectangle;connectable=0;fillColor=none;top=0;left=0;bottom=0;right=0;align=left;spacingLeft=6;overflow=hidden;whiteSpace=wrap;html=1;" parent="80" vertex="1">
-                     <mxGeometry x="30" width="150" height="30" as="geometry">
-                         <mxRectangle width="150" height="30" as="alternateBounds"/>
-                     </mxGeometry>
-                 </mxCell>
-                 <mxCell id="83" value="" style="shape=tableRow;horizontal=0;startSize=0;swimlaneHead=0;swimlaneBody=0;fillColor=none;collapsible=0;dropTarget=0;points=[[0,0.5],[1,0.5]];portConstraint=eastwest;top=0;left=0;right=0;bottom=0;" parent="73" vertex="1">
+                 <mxCell id="84" value="" style="shape=partialRectangle;connectable=0;fillColor=none;top=0;left=0;bottom=0;right=0;editable=1;overflow=hidden;whiteSpace=wrap;html=1;" parent="83" vertex="1">
+                     <mxGeometry width="30" height="30" as="geometry">
+                         <mxRectangle width="30" height="30" as="alternateBounds"/>
+                     </mxGeometry>
+                 </mxCell>
+                 <mxCell id="85" value="&lt;span style=&quot;color: rgb(0, 0, 0);&quot;&gt;punched_out_at&lt;/span&gt;" style="shape=partialRectangle;connectable=0;fillColor=none;top=0;left=0;bottom=0;right=0;align=left;spacingLeft=6;overflow=hidden;whiteSpace=wrap;html=1;" parent="83" vertex="1">
+                     <mxGeometry x="30" width="150" height="30" as="geometry">
+                         <mxRectangle width="150" height="30" as="alternateBounds"/>
+                     </mxGeometry>
+                 </mxCell>
+                 <mxCell id="113" value="" style="shape=tableRow;horizontal=0;startSize=0;swimlaneHead=0;swimlaneBody=0;fillColor=none;collapsible=0;dropTarget=0;points=[[0,0.5],[1,0.5]];portConstraint=eastwest;top=0;left=0;right=0;bottom=0;" parent="73" vertex="1">
                    <mxGeometry y="150" width="180" height="30" as="geometry"/>
                </mxCell>
-                 <mxCell id="84" value="" style="shape=partialRectangle;connectable=0;fillColor=none;top=0;left=0;bottom=0;right=0;editable=1;overflow=hidden;whiteSpace=wrap;html=1;" parent="83" vertex="1">
-                     <mxGeometry width="30" height="30" as="geometry">
-                         <mxRectangle width="30" height="30" as="alternateBounds"/>
-                     </mxGeometry>
-                 </mxCell>
-                 <mxCell id="85" value="&lt;span style=&quot;color: rgb(0, 0, 0);&quot;&gt;punched_out_at&lt;/span&gt;" style="shape=partialRectangle;connectable=0;fillColor=none;top=0;left=0;bottom=0;right=0;align=left;spacingLeft=6;overflow=hidden;whiteSpace=wrap;html=1;" parent="83" vertex="1">
-                     <mxGeometry x="30" width="150" height="30" as="geometry">
-                         <mxRectangle width="150" height="30" as="alternateBounds"/>
-                     </mxGeometry>
-                 </mxCell>
-                 <mxCell id="113" value="" style="shape=tableRow;horizontal=0;startSize=0;swimlaneHead=0;swimlaneBody=0;fillColor=none;collapsible=0;dropTarget=0;points=[[0,0.5],[1,0.5]];portConstraint=eastwest;top=0;left=0;right=0;bottom=0;" parent="73" vertex="1">
+                 <mxCell id="114" value="" style="shape=partialRectangle;connectable=0;fillColor=none;top=0;left=0;bottom=0;right=0;editable=1;overflow=hidden;whiteSpace=wrap;html=1;" parent="113" vertex="1">
+                     <mxGeometry width="30" height="30" as="geometry">
+                         <mxRectangle width="30" height="30" as="alternateBounds"/>
+                     </mxGeometry>
+                 </mxCell>
+                 <mxCell id="115" value="&lt;span style=&quot;color: rgb(0, 0, 0);&quot;&gt;created_at&lt;/span&gt;" style="shape=partialRectangle;connectable=0;fillColor=none;top=0;left=0;bottom=0;right=0;align=left;spacingLeft=6;overflow=hidden;whiteSpace=wrap;html=1;" parent="113" vertex="1">
+                     <mxGeometry x="30" width="150" height="30" as="geometry">
+                         <mxRectangle width="150" height="30" as="alternateBounds"/>
+                     </mxGeometry>
+                 </mxCell>
+                 <mxCell id="144" value="" style="shape=tableRow;horizontal=0;startSize=0;swimlaneHead=0;swimlaneBody=0;fillColor=none;collapsible=0;dropTarget=0;points=[[0,0.5],[1,0.5]];portConstraint=eastwest;top=0;left=0;right=0;bottom=0;" parent="73" vertex="1">
                    <mxGeometry y="180" width="180" height="30" as="geometry"/>
                </mxCell>
-                 <mxCell id="114" value="" style="shape=partialRectangle;connectable=0;fillColor=none;top=0;left=0;bottom=0;right=0;editable=1;overflow=hidden;whiteSpace=wrap;html=1;" parent="113" vertex="1">
-                     <mxGeometry width="30" height="30" as="geometry">
-                         <mxRectangle width="30" height="30" as="alternateBounds"/>
-                     </mxGeometry>
-                 </mxCell>
-                 <mxCell id="115" value="&lt;span style=&quot;color: rgb(0, 0, 0);&quot;&gt;created_at&lt;/span&gt;" style="shape=partialRectangle;connectable=0;fillColor=none;top=0;left=0;bottom=0;right=0;align=left;spacingLeft=6;overflow=hidden;whiteSpace=wrap;html=1;" parent="113" vertex="1">
-                     <mxGeometry x="30" width="150" height="30" as="geometry">
-                         <mxRectangle width="150" height="30" as="alternateBounds"/>
-                     </mxGeometry>
-                 </mxCell>
-                 <mxCell id="144" value="" style="shape=tableRow;horizontal=0;startSize=0;swimlaneHead=0;swimlaneBody=0;fillColor=none;collapsible=0;dropTarget=0;points=[[0,0.5],[1,0.5]];portConstraint=eastwest;top=0;left=0;right=0;bottom=0;" vertex="1" parent="73">
-                     <mxGeometry y="210" width="180" height="30" as="geometry"/>
-                 </mxCell>
-                 <mxCell id="145" value="" style="shape=partialRectangle;connectable=0;fillColor=none;top=0;left=0;bottom=0;right=0;editable=1;overflow=hidden;whiteSpace=wrap;html=1;" vertex="1" parent="144">
-                     <mxGeometry width="30" height="30" as="geometry">
-                         <mxRectangle width="30" height="30" as="alternateBounds"/>
-                     </mxGeometry>
-                 </mxCell>
-                 <mxCell id="146" value="&lt;span style=&quot;color: rgb(0, 0, 0);&quot;&gt;updated_at&lt;/span&gt;" style="shape=partialRectangle;connectable=0;fillColor=none;top=0;left=0;bottom=0;right=0;align=left;spacingLeft=6;overflow=hidden;whiteSpace=wrap;html=1;" vertex="1" parent="144">
+                 <mxCell id="145" value="" style="shape=partialRectangle;connectable=0;fillColor=none;top=0;left=0;bottom=0;right=0;editable=1;overflow=hidden;whiteSpace=wrap;html=1;" parent="144" vertex="1">
+                     <mxGeometry width="30" height="30" as="geometry">
+                         <mxRectangle width="30" height="30" as="alternateBounds"/>
+                     </mxGeometry>
+                 </mxCell>
+                 <mxCell id="146" value="&lt;span style=&quot;color: rgb(0, 0, 0);&quot;&gt;updated_at&lt;/span&gt;" style="shape=partialRectangle;connectable=0;fillColor=none;top=0;left=0;bottom=0;right=0;align=left;spacingLeft=6;overflow=hidden;whiteSpace=wrap;html=1;" parent="144" vertex="1">
                    <mxGeometry x="30" width="150" height="30" as="geometry">
                        <mxRectangle width="150" height="30" as="alternateBounds"/>
                    </mxGeometry>
                </mxCell>
                <mxCell id="88" value="" style="edgeStyle=entityRelationEdgeStyle;fontSize=12;html=1;endArrow=ERzeroToMany;startArrow=ERmandOne;exitX=1;exitY=0.5;exitDx=0;exitDy=0;entryX=0;entryY=0.5;entryDx=0;entryDy=0;" parent="1" source="19" target="32" edge="1">
                    <mxGeometry width="100" height="100" relative="1" as="geometry">
                        <mxPoint x="240" y="100" as="sourcePoint"/>
                        <mxPoint x="340" as="targetPoint"/>
                    </mxGeometry>
                </mxCell>
                <mxCell id="89" value="" style="edgeStyle=entityRelationEdgeStyle;fontSize=12;html=1;endArrow=ERzeroToMany;startArrow=ERmandOne;entryX=0;entryY=0.5;entryDx=0;entryDy=0;exitX=1;exitY=0.5;exitDx=0;exitDy=0;" parent="1" source="32" target="48" edge="1">
                    <mxGeometry width="100" height="100" relative="1" as="geometry">
                        <mxPoint x="420" y="420" as="sourcePoint"/>
                        <mxPoint x="520" y="320" as="targetPoint"/>
                    </mxGeometry>
                </mxCell>
                <mxCell id="90" value="" style="edgeStyle=entityRelationEdgeStyle;fontSize=12;html=1;endArrow=ERzeroToMany;startArrow=ERmandOne;entryX=0;entryY=0.5;entryDx=0;entryDy=0;exitX=1;exitY=0.5;exitDx=0;exitDy=0;" parent="1" source="132" target="77" edge="1">
                    <mxGeometry width="100" height="100" relative="1" as="geometry">
                        <mxPoint x="420" y="420" as="sourcePoint"/>
                        <mxPoint x="520" y="320" as="targetPoint"/>
                    </mxGeometry>
                </mxCell>
                <mxCell id="91" value="" style="edgeStyle=entityRelationEdgeStyle;fontSize=12;html=1;endArrow=ERmandOne;startArrow=ERmandOne;exitX=1;exitY=0.5;exitDx=0;exitDy=0;entryX=1;entryY=0.5;entryDx=0;entryDy=0;" parent="1" source="35" target="61" edge="1">
                    <mxGeometry width="100" height="100" relative="1" as="geometry">
                        <mxPoint x="420" y="320" as="sourcePoint"/>
                        <mxPoint x="520" y="220" as="targetPoint"/>
                    </mxGeometry>
                </mxCell>
                <mxCell id="131" value="" style="edgeStyle=orthogonalEdgeStyle;fontSize=12;html=1;endArrow=ERzeroToMany;startArrow=ERmandOne;exitX=1;exitY=0.5;exitDx=0;exitDy=0;entryX=0;entryY=0.5;entryDx=0;entryDy=0;" parent="1" source="22" target="132" edge="1">
                    <mxGeometry width="100" height="100" relative="1" as="geometry">
                        <mxPoint x="500" y="350" as="sourcePoint"/>
                        <mxPoint x="600" y="250" as="targetPoint"/>
                    </mxGeometry>
                </mxCell>
            </root>
        </mxGraphModel>
    </diagram>
</mxfile>